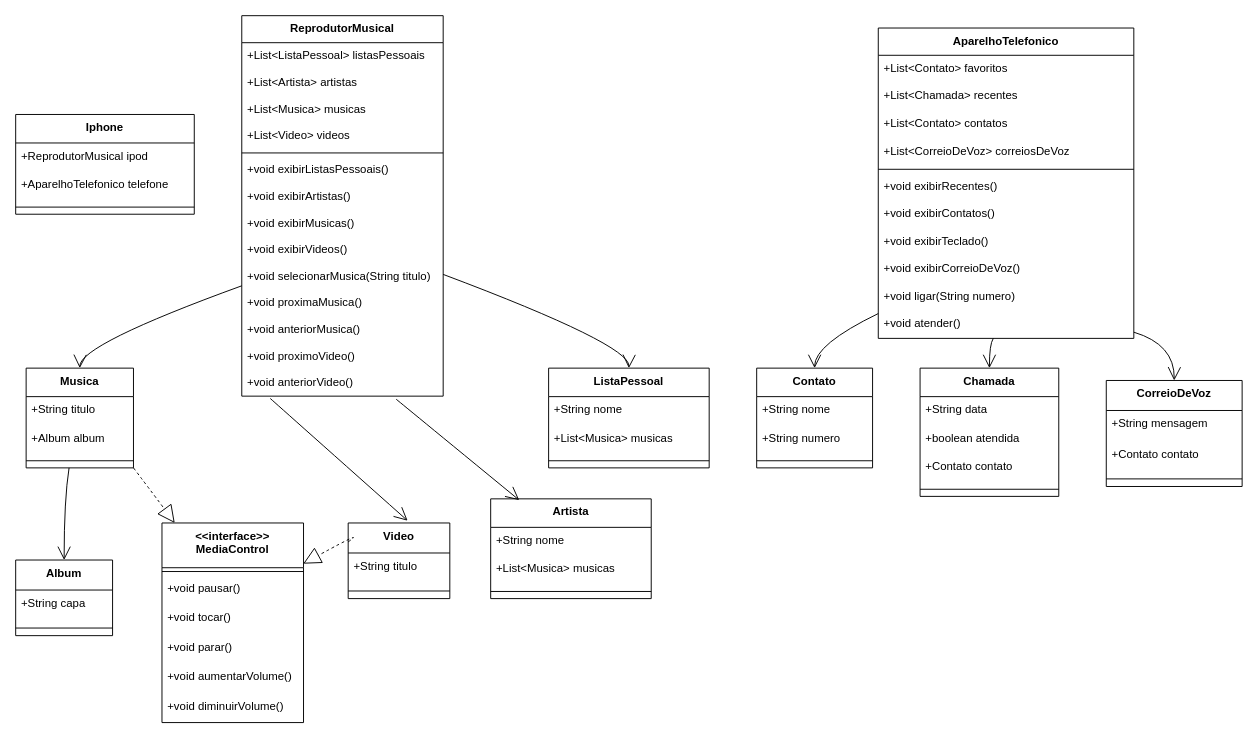
Above: IPhone/src/Docs/Diagrama do projeto Iphone 2.drawio in Marcos-Saffran/Desafio-DIO-Modelando-o-iPhone-com-UML (draw.io), before the change. Source tidied: cells renumbered, new cells numbered last; positions are measured from the earlier drawing's top-left corner, leaving out a move shared by most shapes. Both pictures are drawn from the tidied source at 95%, with x=0, y=0 at pixel (15, 15).
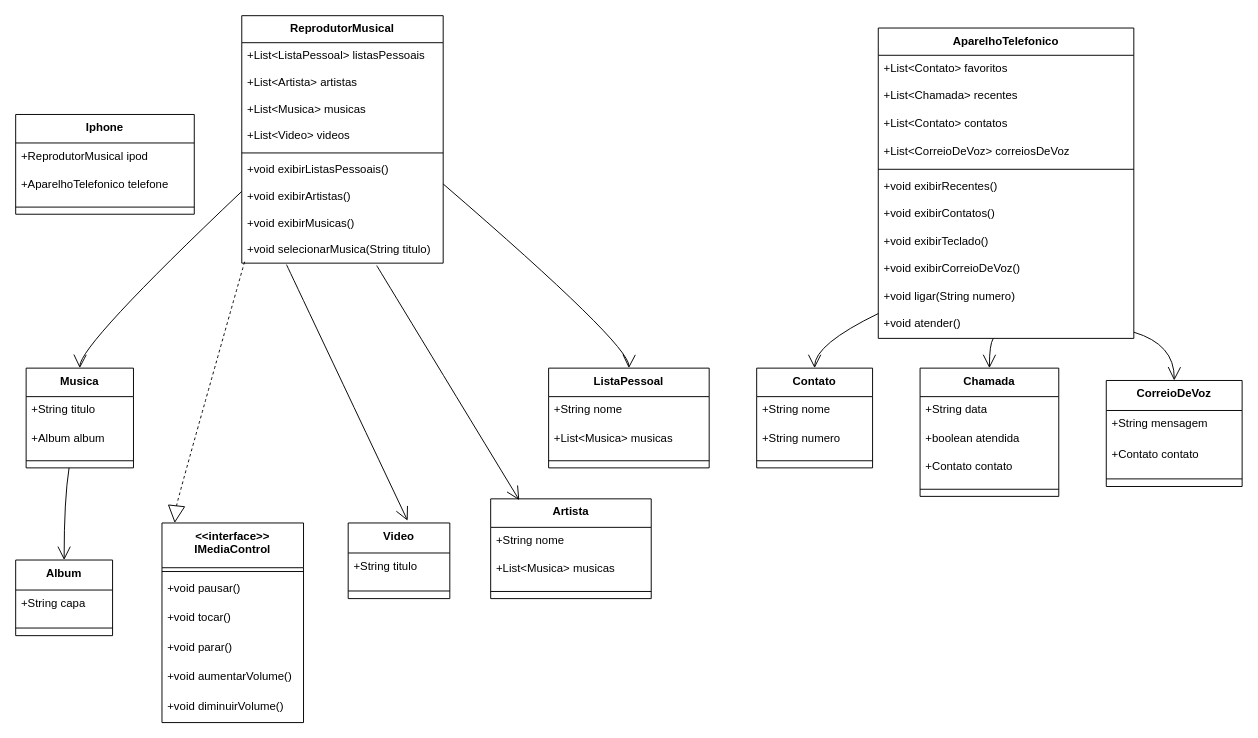
The same diagram, later.

The change refers to these unchanged cells:
```xml
<mxCell id="33" value="Musica" style="swimlane;fontStyle=1;align=center;verticalAlign=top;horizontal=1;startSize=30;" parent="1" vertex="1">
  <mxGeometry x="11" y="371" width="113" height="105" as="geometry" />
</mxCell>
<mxCell id="40" value="Video" style="swimlane;fontStyle=1;align=center;verticalAlign=top;horizontal=1;startSize=31.6;" parent="1" vertex="1">
  <mxGeometry x="350" y="534" width="107" height="79.6" as="geometry" />
</mxCell>
<mxCell id="47" value="Artista" style="swimlane;fontStyle=1;align=center;verticalAlign=top;horizontal=1;startSize=30;" parent="1" vertex="1">
  <mxGeometry x="500" y="508.6" width="169" height="105" as="geometry" />
</mxCell>
```

Diff of the diagram source:
```diff
@@
     <mxCell id="6" value="ReprodutorMusical" style="swimlane;fontStyle=1;align=center;verticalAlign=top;horizontal=1;startSize=28.454545454545453;" parent="1" vertex="1">
-      <mxGeometry x="238" width="212" height="400.5" as="geometry" />
+      <mxGeometry x="238" width="212" height="260.5" as="geometry" />
     </mxCell>
@@
-    <mxCell id="15" value="+void exibirVideos()" style="text;strokeColor=none;fillColor=none;align=left;verticalAlign=top;spacingLeft=4;spacingRight=4;overflow=hidden;" parent="6" vertex="1">
-      <mxGeometry y="232.5" width="212" height="28" as="geometry" />
-    </mxCell>
     <mxCell id="16" value="+void selecionarMusica(String titulo)" style="text;strokeColor=none;fillColor=none;align=left;verticalAlign=top;spacingLeft=4;spacingRight=4;overflow=hidden;points=[[0,0.5],[1,0.5]];portConstraint=eastwest;" parent="6" vertex="1">
-      <mxGeometry y="260.5" width="212" height="28" as="geometry" />
+      <mxGeometry y="232.5" width="212" height="28" as="geometry" />
     </mxCell>
-    <mxCell id="17" value="+void proximaMusica()" style="text;strokeColor=none;fillColor=none;align=left;verticalAlign=top;spacingLeft=4;spacingRight=4;overflow=hidden;" parent="6" vertex="1">
-      <mxGeometry y="288.5" width="212" height="28" as="geometry" />
-    </mxCell>
-    <mxCell id="18" value="+void anteriorMusica()" style="text;strokeColor=none;fillColor=none;align=left;verticalAlign=top;spacingLeft=4;spacingRight=4;overflow=hidden;" parent="6" vertex="1">
-      <mxGeometry y="316.5" width="212" height="28" as="geometry" />
-    </mxCell>
-    <mxCell id="19" value="+void proximoVideo()" style="text;strokeColor=none;fillColor=none;align=left;verticalAlign=top;spacingLeft=4;spacingRight=4;overflow=hidden;" parent="6" vertex="1">
-      <mxGeometry y="344.5" width="212" height="28" as="geometry" />
-    </mxCell>
-    <mxCell id="20" value="+void anteriorVideo()" style="text;strokeColor=none;fillColor=none;align=left;verticalAlign=top;spacingLeft=4;spacingRight=4;overflow=hidden;points=[[0,0.5],[1,0.5]];portConstraint=eastwest;" parent="6" vertex="1">
-      <mxGeometry y="372.5" width="212" height="28" as="geometry" />
-    </mxCell>
@@
-    <mxCell id="64" value="&lt;&lt;interface&gt;&gt;&#10;MediaControl" style="swimlane;fontStyle=1;align=center;verticalAlign=top;horizontal=1;startSize=47.099999999999994;" parent="1" vertex="1">
+    <mxCell id="64" value="&lt;&lt;interface&gt;&gt;&#10;IMediaControl" style="swimlane;fontStyle=1;align=center;verticalAlign=top;horizontal=1;startSize=47.099999999999994;" parent="1" vertex="1">
       <mxGeometry x="154" y="534" width="149" height="210.1" as="geometry" />
     </mxCell>
@@
-    <mxCell id="72" style="curved=1;startArrow=none;endArrow=open;endSize=12;exitX=0.766;exitY=1.111;entryX=0.178;entryY=0.013;rounded=0;exitDx=0;exitDy=0;exitPerimeter=0;entryDx=0;entryDy=0;entryPerimeter=0;" parent="1" edge="1" source="20" target="47">
+    <mxCell id="72" style="curved=1;startArrow=none;endArrow=open;endSize=12;exitX=0.67;exitY=1.091;entryX=0.178;entryY=0.013;rounded=0;exitDx=0;exitDy=0;exitPerimeter=0;entryDx=0;entryDy=0;entryPerimeter=0;" parent="1" edge="1" source="16" target="47">
       <mxGeometry relative="1" as="geometry" />
     </mxCell>
@@
-    <mxCell id="78" style="curved=1;dashed=1;startArrow=none;endArrow=block;endSize=16;endFill=0;exitX=1;exitY=1;entryX=0.09;entryY=0;rounded=0;" parent="1" edge="1" source="33" target="64">
+    <mxCell id="78" style="curved=1;dashed=1;startArrow=none;endArrow=block;endSize=16;endFill=0;exitX=0.014;exitY=0.948;entryX=0.09;entryY=0;rounded=0;exitDx=0;exitDy=0;exitPerimeter=0;" parent="1" edge="1" source="16" target="64">
       <mxGeometry relative="1" as="geometry">
         <Array as="points">
-          <mxPoint x="149" y="509" />
+          <mxPoint x="170" y="510" />
         </Array>
       </mxGeometry>
     </mxCell>
-    <mxCell id="79" style="curved=1;dashed=1;startArrow=none;endArrow=block;endSize=16;endFill=0;exitX=0;exitY=0.25;entryX=0.998;entryY=0.204;rounded=0;exitDx=0;exitDy=0;entryDx=0;entryDy=0;entryPerimeter=0;" parent="1" edge="1" source="40" target="64">
-      <mxGeometry relative="1" as="geometry">
-        <Array as="points">
-          <mxPoint x="370" y="540" />
-        </Array>
-      </mxGeometry>
-    </mxCell>
-    <mxCell id="80" style="curved=1;startArrow=none;endArrow=open;endSize=12;exitX=0.141;exitY=1.084;entryX=0.585;entryY=-0.03;rounded=0;exitDx=0;exitDy=0;exitPerimeter=0;entryDx=0;entryDy=0;entryPerimeter=0;" parent="1" edge="1" source="20" target="40">
+    <mxCell id="80" style="curved=1;startArrow=none;endArrow=open;endSize=12;exitX=0.222;exitY=1.055;entryX=0.585;entryY=-0.03;rounded=0;exitDx=0;exitDy=0;exitPerimeter=0;entryDx=0;entryDy=0;entryPerimeter=0;" parent="1" edge="1" source="16" target="40">
       <mxGeometry relative="1" as="geometry" />
     </mxCell>
```
